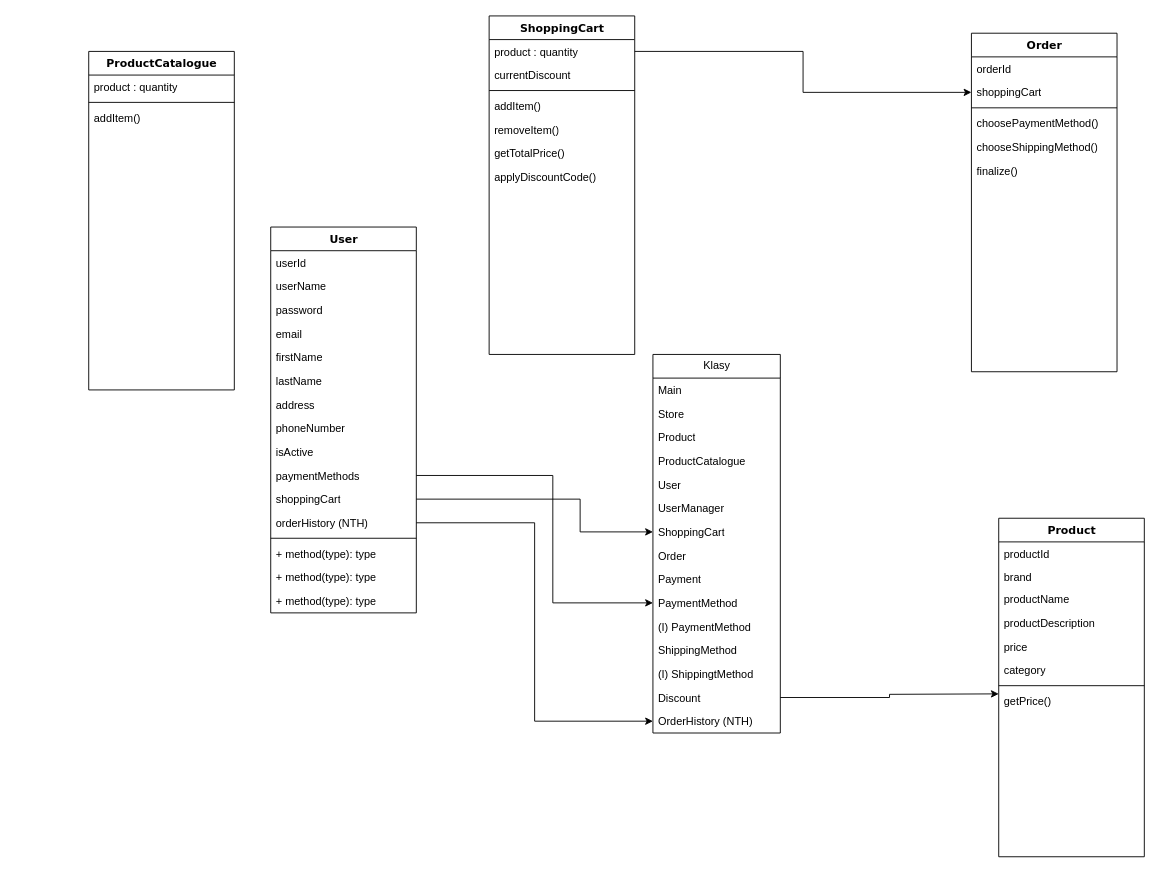
barokimPL/drawIoProjekt keeps this draw.io diagram as Diagram bez tytułu.drawio. Above is the earlier version. Source tidied: cells renumbered, new cells numbered last; positions are measured from the earlier drawing's top-left corner, leaving out a move shared by most shapes. Both pictures are drawn from the tidied source at 91%, with x=0, y=0 at pixel (88, 15).
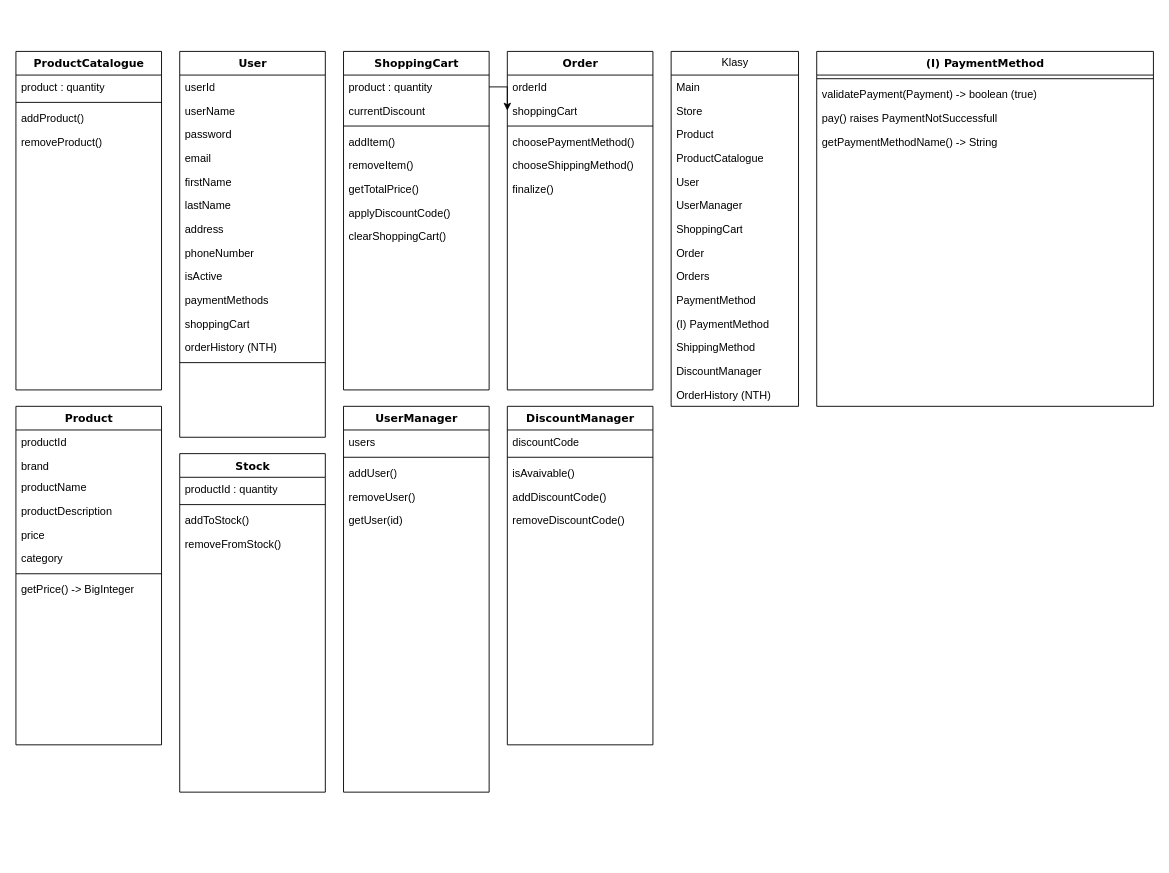
The same page after the edit.

Unchanged cells that the change refers to:
```xml
<mxCell id="12" value="paymentMethods" style="text;html=1;strokeColor=none;fillColor=none;align=left;verticalAlign=top;spacingLeft=4;spacingRight=4;whiteSpace=wrap;overflow=hidden;points=[[0,0.5],[1,0.5]];portConstraint=eastwest;" parent="2" vertex="1">
  <mxGeometry y="260" width="160" height="26" as="geometry" />
</mxCell>
<mxCell id="13" value="shoppingCart" style="text;html=1;strokeColor=none;fillColor=none;align=left;verticalAlign=top;spacingLeft=4;spacingRight=4;whiteSpace=wrap;overflow=hidden;points=[[0,0.5],[1,0.5]];portConstraint=eastwest;" parent="2" vertex="1">
  <mxGeometry y="286" width="160" height="26" as="geometry" />
</mxCell>
<mxCell id="14" value="&lt;div&gt;orderHistory (NTH)&lt;/div&gt;" style="text;html=1;strokeColor=none;fillColor=none;align=left;verticalAlign=top;spacingLeft=4;spacingRight=4;whiteSpace=wrap;overflow=hidden;points=[[0,0.5],[1,0.5]];portConstraint=eastwest;" parent="2" vertex="1">
  <mxGeometry y="312" width="160" height="26" as="geometry" />
</mxCell>
<mxCell id="27" value="ShoppingCart" style="text;strokeColor=none;fillColor=none;align=left;verticalAlign=top;spacingLeft=4;spacingRight=4;overflow=hidden;points=[[0,0.5],[1,0.5]];portConstraint=eastwest;whiteSpace=wrap;html=1;" parent="20" vertex="1">
  <mxGeometry y="182" width="140" height="26" as="geometry" />
</mxCell>
<mxCell id="30" value="PaymentMethod" style="text;strokeColor=none;fillColor=none;align=left;verticalAlign=top;spacingLeft=4;spacingRight=4;overflow=hidden;points=[[0,0.5],[1,0.5]];portConstraint=eastwest;whiteSpace=wrap;html=1;" parent="20" vertex="1">
  <mxGeometry y="260" width="140" height="26" as="geometry" />
</mxCell>
```

What changed in the source:
```diff
@@
     <mxCell id="2" value="User" style="swimlane;html=1;fontStyle=1;align=center;verticalAlign=top;horizontal=1;startSize=26;swimlaneFillColor=#ffffff;rounded=0;shadow=0;comic=0;labelBackgroundColor=none;strokeWidth=1;fillColor=none;fontFamily=Verdana;fontSize=12;" parent="1" vertex="1">
-      <mxGeometry x="200" y="232" width="160" height="424" as="geometry" />
+      <mxGeometry x="100" y="39" width="160" height="424" as="geometry" />
     </mxCell>
@@
-    <mxCell id="16" value="+ method(type): type" style="text;html=1;strokeColor=none;fillColor=none;align=left;verticalAlign=top;spacingLeft=4;spacingRight=4;whiteSpace=wrap;overflow=hidden;" parent="2" vertex="1">
-      <mxGeometry y="346" width="160" height="26" as="geometry" />
-    </mxCell>
-    <mxCell id="17" value="+ method(type): type" style="text;html=1;strokeColor=none;fillColor=none;align=left;verticalAlign=top;spacingLeft=4;spacingRight=4;whiteSpace=wrap;overflow=hidden;" parent="2" vertex="1">
-      <mxGeometry y="372" width="160" height="26" as="geometry" />
-    </mxCell>
-    <mxCell id="18" value="+ method(type): type" style="text;html=1;strokeColor=none;fillColor=none;align=left;verticalAlign=top;spacingLeft=4;spacingRight=4;whiteSpace=wrap;overflow=hidden;" parent="2" vertex="1">
-      <mxGeometry y="398" width="160" height="26" as="geometry" />
-    </mxCell>
@@
     <mxCell id="20" value="&lt;div&gt;Klasy&lt;/div&gt;" style="swimlane;fontStyle=0;horizontal=1;startSize=26;fillColor=none;html=1;" parent="1" vertex="1">
-      <mxGeometry x="620" y="372" width="140" height="416" as="geometry" />
+      <mxGeometry x="640" y="39" width="140" height="390" as="geometry" />
     </mxCell>
@@
-    <mxCell id="29" value="Payment" style="text;strokeColor=none;fillColor=none;align=left;verticalAlign=top;spacingLeft=4;spacingRight=4;overflow=hidden;whiteSpace=wrap;html=1;" parent="20" vertex="1">
-      <mxGeometry y="234" width="140" height="26" as="geometry" />
-    </mxCell>
+    <mxCell id="73" value="Orders" style="text;strokeColor=none;fillColor=none;align=left;verticalAlign=top;spacingLeft=4;spacingRight=4;overflow=hidden;whiteSpace=wrap;html=1;" parent="20" vertex="1">
+      <mxGeometry y="234" width="140" height="26" as="geometry" />
+    </mxCell>
@@
-    <mxCell id="33" value="(I) ShippingtMethod" style="text;strokeColor=none;fillColor=none;align=left;verticalAlign=top;spacingLeft=4;spacingRight=4;overflow=hidden;whiteSpace=wrap;html=1;" parent="20" vertex="1">
-      <mxGeometry y="338" width="140" height="26" as="geometry" />
-    </mxCell>
-    <mxCell id="34" value="Discount" style="text;strokeColor=none;fillColor=none;align=left;verticalAlign=top;spacingLeft=4;spacingRight=4;overflow=hidden;points=[[0,0.5],[1,0.5]];portConstraint=eastwest;whiteSpace=wrap;html=1;" parent="20" vertex="1">
-      <mxGeometry y="364" width="140" height="26" as="geometry" />
+    <mxCell id="34" value="DiscountManager" style="text;strokeColor=none;fillColor=none;align=left;verticalAlign=top;spacingLeft=4;spacingRight=4;overflow=hidden;points=[[0,0.5],[1,0.5]];portConstraint=eastwest;whiteSpace=wrap;html=1;" parent="20" vertex="1">
+      <mxGeometry y="338" width="140" height="26" as="geometry" />
     </mxCell>
     <mxCell id="35" value="OrderHistory (NTH)" style="text;strokeColor=none;fillColor=none;align=left;verticalAlign=top;spacingLeft=4;spacingRight=4;overflow=hidden;points=[[0,0.5],[1,0.5]];portConstraint=eastwest;whiteSpace=wrap;html=1;" parent="20" vertex="1">
-      <mxGeometry y="390" width="140" height="26" as="geometry" />
+      <mxGeometry y="364" width="140" height="26" as="geometry" />
     </mxCell>
     <mxCell id="36" value="Product" style="swimlane;html=1;fontStyle=1;align=center;verticalAlign=top;horizontal=1;startSize=26;swimlaneFillColor=#ffffff;rounded=0;shadow=0;comic=0;labelBackgroundColor=none;strokeWidth=1;fillColor=none;fontFamily=Verdana;fontSize=12;" parent="1" vertex="1">
-      <mxGeometry x="1000" y="552" width="160" height="372" as="geometry" />
+      <mxGeometry x="-80" y="429" width="160" height="372" as="geometry" />
     </mxCell>
@@
-    <mxCell id="44" value="getPrice()" style="text;html=1;strokeColor=none;fillColor=none;align=left;verticalAlign=top;spacingLeft=4;spacingRight=4;whiteSpace=wrap;overflow=hidden;" parent="36" vertex="1">
+    <mxCell id="44" value="getPrice() -&amp;gt; BigInteger" style="text;html=1;strokeColor=none;fillColor=none;align=left;verticalAlign=top;spacingLeft=4;spacingRight=4;whiteSpace=wrap;overflow=hidden;" parent="36" vertex="1">
       <mxGeometry y="188" width="160" height="26" as="geometry" />
     </mxCell>
@@
-    <mxCell id="46" style="edgeStyle=orthogonalEdgeStyle;rounded=0;jettySize=auto;html=1;entryX=0;entryY=0.5;entryDx=0;entryDy=0;" parent="1" edge="1" source="13" target="27">
-      <mxGeometry relative="1" as="geometry">
-        <Array as="points">
-          <mxPoint x="540" y="531" />
-          <mxPoint x="540" y="567" />
-        </Array>
-      </mxGeometry>
-    </mxCell>
-    <mxCell id="47" style="edgeStyle=orthogonalEdgeStyle;rounded=0;jettySize=auto;html=1;entryX=0;entryY=0.5;entryDx=0;entryDy=0;" parent="1" edge="1" source="14" target="35">
-      <mxGeometry relative="1" as="geometry" />
-    </mxCell>
-    <mxCell id="48" style="edgeStyle=orthogonalEdgeStyle;rounded=0;jettySize=auto;html=1;entryX=0;entryY=0.5;entryDx=0;entryDy=0;" parent="1" edge="1" source="12" target="30">
-      <mxGeometry relative="1" as="geometry">
-        <Array as="points">
-          <mxPoint x="510" y="505" />
-          <mxPoint x="510" y="645" />
-        </Array>
-      </mxGeometry>
-    </mxCell>
-    <mxCell id="49" style="edgeStyle=orthogonalEdgeStyle;rounded=0;jettySize=auto;html=1;" parent="1" edge="1" source="34">
-      <mxGeometry relative="1" as="geometry">
-        <mxPoint x="1000" y="745" as="targetPoint" />
-      </mxGeometry>
-    </mxCell>
     <mxCell id="50" value="Order" style="swimlane;html=1;fontStyle=1;align=center;verticalAlign=top;horizontal=1;startSize=26;swimlaneFillColor=#ffffff;rounded=0;shadow=0;comic=0;labelBackgroundColor=none;strokeWidth=1;fillColor=none;fontFamily=Verdana;fontSize=12;" parent="1" vertex="1">
-      <mxGeometry x="970" y="19" width="160" height="372" as="geometry" />
+      <mxGeometry x="460" y="39" width="160" height="372" as="geometry" />
     </mxCell>
@@
     <mxCell id="58" value="ShoppingCart" style="swimlane;html=1;fontStyle=1;align=center;verticalAlign=top;horizontal=1;startSize=26;swimlaneFillColor=#ffffff;rounded=0;shadow=0;comic=0;labelBackgroundColor=none;strokeWidth=1;fillColor=none;fontFamily=Verdana;fontSize=12;" parent="1" vertex="1">
-      <mxGeometry x="440" width="160" height="372" as="geometry" />
+      <mxGeometry x="280" y="39" width="160" height="372" as="geometry" />
     </mxCell>
@@
+    <mxCell id="74" value="clearShoppingCart()" style="text;html=1;strokeColor=none;fillColor=none;align=left;verticalAlign=top;spacingLeft=4;spacingRight=4;whiteSpace=wrap;overflow=hidden;" parent="58" vertex="1">
+      <mxGeometry y="190" width="160" height="26" as="geometry" />
+    </mxCell>
@@
     <mxCell id="68" value="ProductCatalogue" style="swimlane;html=1;fontStyle=1;align=center;verticalAlign=top;horizontal=1;startSize=26;swimlaneFillColor=#ffffff;rounded=0;shadow=0;comic=0;labelBackgroundColor=none;strokeWidth=1;fillColor=none;fontFamily=Verdana;fontSize=12;" parent="1" vertex="1">
-      <mxGeometry y="39" width="160" height="372" as="geometry" />
+      <mxGeometry x="-80" y="39" width="160" height="372" as="geometry" />
     </mxCell>
@@
+    <mxCell id="75" value="&lt;div&gt;addProduct()&lt;/div&gt;" style="text;html=1;strokeColor=none;fillColor=none;align=left;verticalAlign=top;spacingLeft=4;spacingRight=4;whiteSpace=wrap;overflow=hidden;" parent="68" vertex="1">
+      <mxGeometry y="60" width="160" height="26" as="geometry" />
+    </mxCell>
+    <mxCell id="76" value="&lt;div&gt;removeProduct()&lt;/div&gt;" style="text;html=1;strokeColor=none;fillColor=none;align=left;verticalAlign=top;spacingLeft=4;spacingRight=4;whiteSpace=wrap;overflow=hidden;" parent="68" vertex="1">
+      <mxGeometry y="86" width="160" height="26" as="geometry" />
+    </mxCell>
+    <mxCell id="72" style="edgeStyle=orthogonalEdgeStyle;rounded=0;orthogonalLoop=1;jettySize=auto;html=1;exitX=1;exitY=0.5;exitDx=0;exitDy=0;" parent="68" edge="1">
+      <mxGeometry relative="1" as="geometry">
+        <mxPoint x="160" y="39" as="sourcePoint" />
+        <mxPoint x="160" y="39" as="targetPoint" />
+      </mxGeometry>
+    </mxCell>
+    <mxCell id="77" value="(I) PaymentMethod" style="swimlane;html=1;fontStyle=1;align=center;verticalAlign=top;horizontal=1;startSize=26;swimlaneFillColor=#ffffff;rounded=0;shadow=0;comic=0;labelBackgroundColor=none;strokeWidth=1;fillColor=none;fontFamily=Verdana;fontSize=12;" parent="1" vertex="1">
+      <mxGeometry x="800" y="39" width="370" height="390" as="geometry" />
+    </mxCell>
+    <mxCell id="78" style="line;html=1;strokeWidth=1;fillColor=none;align=left;verticalAlign=middle;spacingTop=-1;spacingLeft=3;spacingRight=3;labelPosition=right;" parent="77" vertex="1">
+      <mxGeometry y="26" width="370" height="8" as="geometry" />
+    </mxCell>
+    <mxCell id="79" value="&lt;div&gt;validatePayment(Payment) -&amp;gt; boolean (true)&lt;/div&gt;" style="text;html=1;strokeColor=none;fillColor=none;align=left;verticalAlign=top;spacingLeft=4;spacingRight=4;whiteSpace=wrap;overflow=hidden;" parent="77" vertex="1">
+      <mxGeometry y="34" width="370" height="26" as="geometry" />
+    </mxCell>
+    <mxCell id="80" value="pay() raises PaymentNotSuccessfull" style="text;html=1;strokeColor=none;fillColor=none;align=left;verticalAlign=top;spacingLeft=4;spacingRight=4;whiteSpace=wrap;overflow=hidden;" parent="77" vertex="1">
+      <mxGeometry y="60" width="370" height="26" as="geometry" />
+    </mxCell>
+    <mxCell id="81" value="getPaymentMethodName() -&amp;gt; String" style="text;html=1;strokeColor=none;fillColor=none;align=left;verticalAlign=top;spacingLeft=4;spacingRight=4;whiteSpace=wrap;overflow=hidden;" parent="77" vertex="1">
+      <mxGeometry y="86" width="370" height="26" as="geometry" />
+    </mxCell>
+    <mxCell id="82" style="edgeStyle=orthogonalEdgeStyle;rounded=0;orthogonalLoop=1;jettySize=auto;html=1;exitX=1;exitY=0.5;exitDx=0;exitDy=0;" parent="77" edge="1">
+      <mxGeometry relative="1" as="geometry">
+        <mxPoint x="160" y="39" as="sourcePoint" />
+        <mxPoint x="160" y="39" as="targetPoint" />
+      </mxGeometry>
+    </mxCell>
+    <mxCell id="83" value="Stock" style="swimlane;html=1;fontStyle=1;align=center;verticalAlign=top;horizontal=1;startSize=26;swimlaneFillColor=#ffffff;rounded=0;shadow=0;comic=0;labelBackgroundColor=none;strokeWidth=1;fillColor=none;fontFamily=Verdana;fontSize=12;" parent="1" vertex="1">
+      <mxGeometry x="100" y="481" width="160" height="372" as="geometry" />
+    </mxCell>
+    <mxCell id="84" value="productId : quantity" style="text;html=1;strokeColor=none;fillColor=none;align=left;verticalAlign=top;spacingLeft=4;spacingRight=4;whiteSpace=wrap;overflow=hidden;" parent="83" vertex="1">
+      <mxGeometry y="26" width="160" height="26" as="geometry" />
+    </mxCell>
+    <mxCell id="85" style="line;html=1;strokeWidth=1;fillColor=none;align=left;verticalAlign=middle;spacingTop=-1;spacingLeft=3;spacingRight=3;labelPosition=right;" parent="83" vertex="1">
+      <mxGeometry y="52" width="160" height="8" as="geometry" />
+    </mxCell>
+    <mxCell id="86" style="edgeStyle=orthogonalEdgeStyle;rounded=0;orthogonalLoop=1;jettySize=auto;html=1;exitX=1;exitY=0.5;exitDx=0;exitDy=0;" parent="83" edge="1">
+      <mxGeometry relative="1" as="geometry">
+        <mxPoint x="160" y="39" as="sourcePoint" />
+        <mxPoint x="160" y="39" as="targetPoint" />
+      </mxGeometry>
+    </mxCell>
-    <mxCell id="71" value="&lt;div&gt;addItem()&lt;br&gt;&lt;/div&gt;" style="text;html=1;strokeColor=none;fillColor=none;align=left;verticalAlign=top;spacingLeft=4;spacingRight=4;whiteSpace=wrap;overflow=hidden;" parent="68" vertex="1">
+    <mxCell id="71" value="&lt;div&gt;addToStock()&lt;/div&gt;" style="text;html=1;strokeColor=none;fillColor=none;align=left;verticalAlign=top;spacingLeft=4;spacingRight=4;whiteSpace=wrap;overflow=hidden;" parent="83" vertex="1">
       <mxGeometry y="60" width="160" height="26" as="geometry" />
     </mxCell>
-    <mxCell id="72" style="edgeStyle=orthogonalEdgeStyle;rounded=0;orthogonalLoop=1;jettySize=auto;html=1;exitX=1;exitY=0.5;exitDx=0;exitDy=0;" parent="68" edge="1">
-      <mxGeometry relative="1" as="geometry">
-        <mxPoint x="160" y="39" as="sourcePoint" />
-        <mxPoint x="160" y="39" as="targetPoint" />
-      </mxGeometry>
-    </mxCell>
+    <mxCell id="87" value="removeFromStock()" style="text;html=1;strokeColor=none;fillColor=none;align=left;verticalAlign=top;spacingLeft=4;spacingRight=4;whiteSpace=wrap;overflow=hidden;" parent="83" vertex="1">
+      <mxGeometry y="86" width="160" height="26" as="geometry" />
+    </mxCell>
+    <mxCell id="88" value="UserManager" style="swimlane;html=1;fontStyle=1;align=center;verticalAlign=top;horizontal=1;startSize=26;swimlaneFillColor=#ffffff;rounded=0;shadow=0;comic=0;labelBackgroundColor=none;strokeWidth=1;fillColor=none;fontFamily=Verdana;fontSize=12;" parent="1" vertex="1">
+      <mxGeometry x="280" y="429" width="160" height="424" as="geometry" />
+    </mxCell>
+    <mxCell id="89" value="users" style="text;html=1;strokeColor=none;fillColor=none;align=left;verticalAlign=top;spacingLeft=4;spacingRight=4;whiteSpace=wrap;overflow=hidden;points=[[0,0.5],[1,0.5]];portConstraint=eastwest;" parent="88" vertex="1">
+      <mxGeometry y="26" width="160" height="26" as="geometry" />
+    </mxCell>
+    <mxCell id="90" style="line;html=1;strokeWidth=1;fillColor=none;align=left;verticalAlign=middle;spacingTop=-1;spacingLeft=3;spacingRight=3;labelPosition=right;" parent="88" vertex="1">
+      <mxGeometry y="52" width="160" height="8" as="geometry" />
+    </mxCell>
+    <mxCell id="91" value="addUser()" style="text;html=1;strokeColor=none;fillColor=none;align=left;verticalAlign=top;spacingLeft=4;spacingRight=4;whiteSpace=wrap;overflow=hidden;" parent="88" vertex="1">
+      <mxGeometry y="60" width="160" height="26" as="geometry" />
+    </mxCell>
+    <mxCell id="92" value="removeUser()" style="text;html=1;strokeColor=none;fillColor=none;align=left;verticalAlign=top;spacingLeft=4;spacingRight=4;whiteSpace=wrap;overflow=hidden;" parent="88" vertex="1">
+      <mxGeometry y="86" width="160" height="26" as="geometry" />
+    </mxCell>
+    <mxCell id="93" value="getUser(id)" style="text;html=1;strokeColor=none;fillColor=none;align=left;verticalAlign=top;spacingLeft=4;spacingRight=4;whiteSpace=wrap;overflow=hidden;" parent="88" vertex="1">
+      <mxGeometry y="112" width="160" height="26" as="geometry" />
+    </mxCell>
+    <mxCell id="94" style="edgeStyle=orthogonalEdgeStyle;rounded=0;orthogonalLoop=1;jettySize=auto;html=1;exitX=1;exitY=0.5;exitDx=0;exitDy=0;" parent="88" edge="1" source="89" target="89">
+      <mxGeometry relative="1" as="geometry" />
+    </mxCell>
+    <mxCell id="95" value="DiscountManager" style="swimlane;html=1;fontStyle=1;align=center;verticalAlign=top;horizontal=1;startSize=26;swimlaneFillColor=#ffffff;rounded=0;shadow=0;comic=0;labelBackgroundColor=none;strokeWidth=1;fillColor=none;fontFamily=Verdana;fontSize=12;" parent="1" vertex="1">
+      <mxGeometry x="460" y="429" width="160" height="372" as="geometry" />
+    </mxCell>
+    <mxCell id="96" value="discountCode" style="text;html=1;strokeColor=none;fillColor=none;align=left;verticalAlign=top;spacingLeft=4;spacingRight=4;whiteSpace=wrap;overflow=hidden;" parent="95" vertex="1">
+      <mxGeometry y="26" width="160" height="26" as="geometry" />
+    </mxCell>
+    <mxCell id="97" style="line;html=1;strokeWidth=1;fillColor=none;align=left;verticalAlign=middle;spacingTop=-1;spacingLeft=3;spacingRight=3;labelPosition=right;" parent="95" vertex="1">
+      <mxGeometry y="52" width="160" height="8" as="geometry" />
+    </mxCell>
+    <mxCell id="98" value="isAvaivable()" style="text;html=1;strokeColor=none;fillColor=none;align=left;verticalAlign=top;spacingLeft=4;spacingRight=4;whiteSpace=wrap;overflow=hidden;" parent="95" vertex="1">
+      <mxGeometry y="60" width="160" height="26" as="geometry" />
+    </mxCell>
+    <mxCell id="99" value="addDiscountCode()" style="text;html=1;strokeColor=none;fillColor=none;align=left;verticalAlign=top;spacingLeft=4;spacingRight=4;whiteSpace=wrap;overflow=hidden;" parent="95" vertex="1">
+      <mxGeometry y="86" width="160" height="26" as="geometry" />
+    </mxCell>
+    <mxCell id="100" value="removeDiscountCode()" style="text;html=1;strokeColor=none;fillColor=none;align=left;verticalAlign=top;spacingLeft=4;spacingRight=4;whiteSpace=wrap;overflow=hidden;" parent="95" vertex="1">
+      <mxGeometry y="112" width="160" height="26" as="geometry" />
+    </mxCell>
+    <mxCell id="101" style="edgeStyle=orthogonalEdgeStyle;rounded=0;orthogonalLoop=1;jettySize=auto;html=1;exitX=1;exitY=0.5;exitDx=0;exitDy=0;" parent="95" edge="1">
+      <mxGeometry relative="1" as="geometry">
+        <mxPoint x="160" y="39" as="sourcePoint" />
+        <mxPoint x="160" y="39" as="targetPoint" />
+      </mxGeometry>
+    </mxCell>
```
